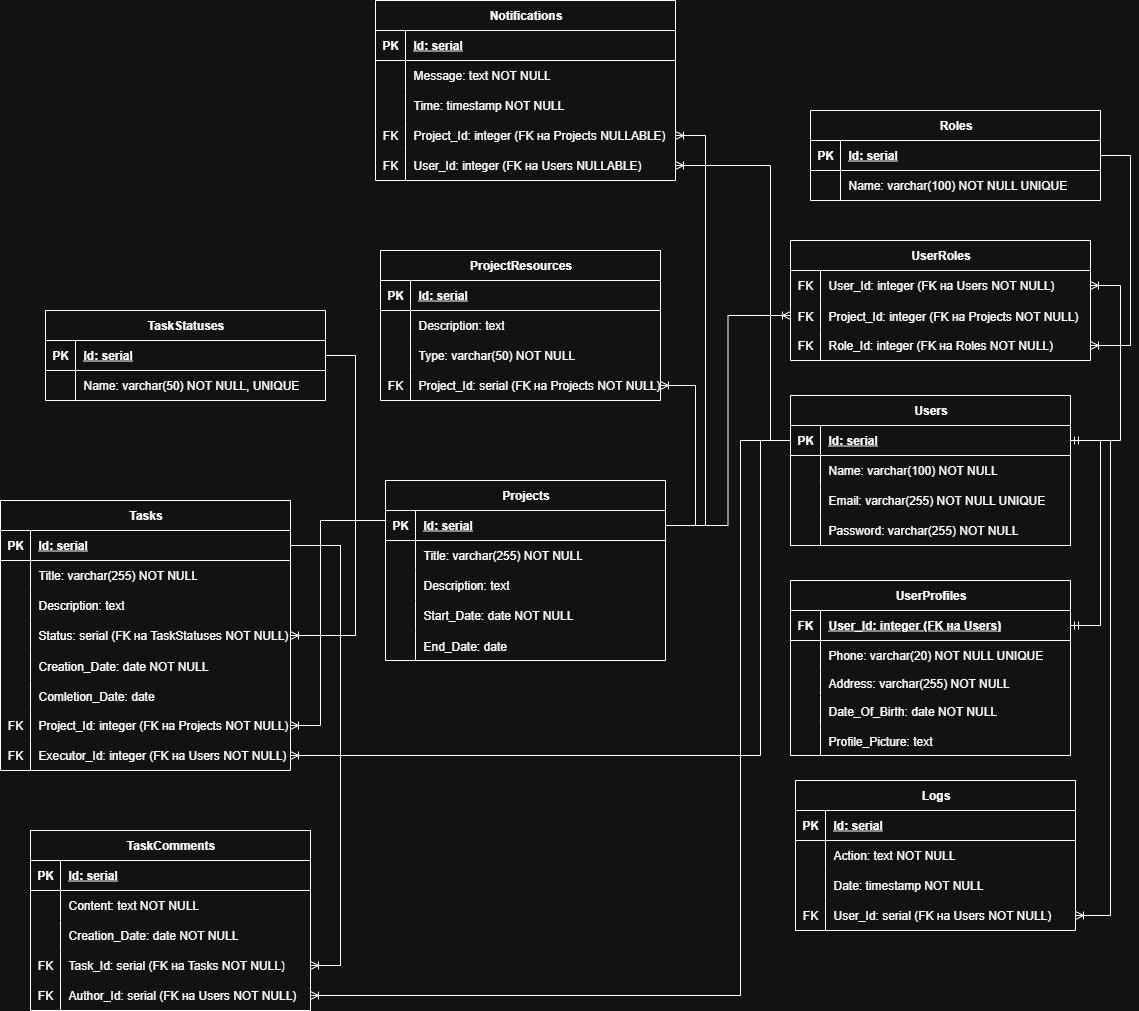
Above: DB_scheme.drawio.png in Pumpardian/DMnDBCS (draw.io), before the change. Source tidied: cells renumbered, new cells last; positions are measured from the earlier drawing's top-left corner, leaving out a move shared by most shapes.
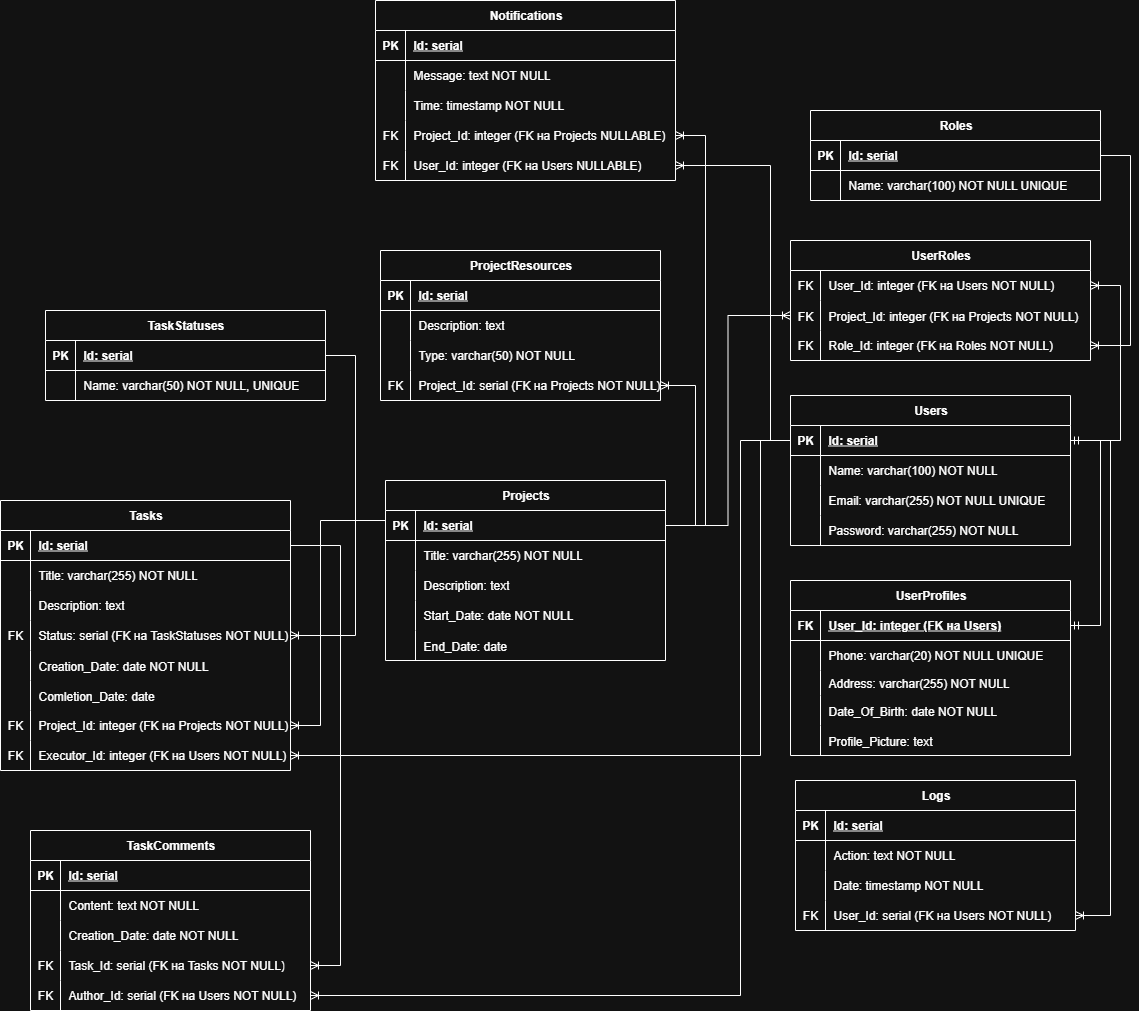
The same file after the commit.

The edit, as a diff of the source:
```diff
@@ -95,7 +95,7 @@
     <mxCell id="32" style="shape=tableRow;horizontal=0;startSize=0;swimlaneHead=0;swimlaneBody=0;fillColor=none;points=[[0,0.5],[1,0.5]];portConstraint=eastwest;top=0;left=0;right=0;bottom=0;" parent="22" vertex="1">
       <mxGeometry y="120" width="290" height="30" as="geometry" />
     </mxCell>
-    <mxCell id="33" style="shape=partialRectangle;fillColor=none;top=0;left=0;bottom=0;right=0;overflow=hidden;whiteSpace=wrap;html=1;" parent="32" vertex="1">
+    <mxCell id="33" value="FK" style="shape=partialRectangle;fillColor=none;top=0;left=0;bottom=0;right=0;overflow=hidden;whiteSpace=wrap;html=1;" parent="32" vertex="1">
       <mxGeometry width="30" height="30" as="geometry" />
     </mxCell>
     <mxCell id="34" value="Status: serial (FK на TaskStatuses NOT NULL)" style="shape=partialRectangle;fillColor=none;top=0;left=0;bottom=0;right=0;align=left;spacingLeft=6;overflow=hidden;whiteSpace=wrap;html=1;" parent="32" vertex="1">
```
